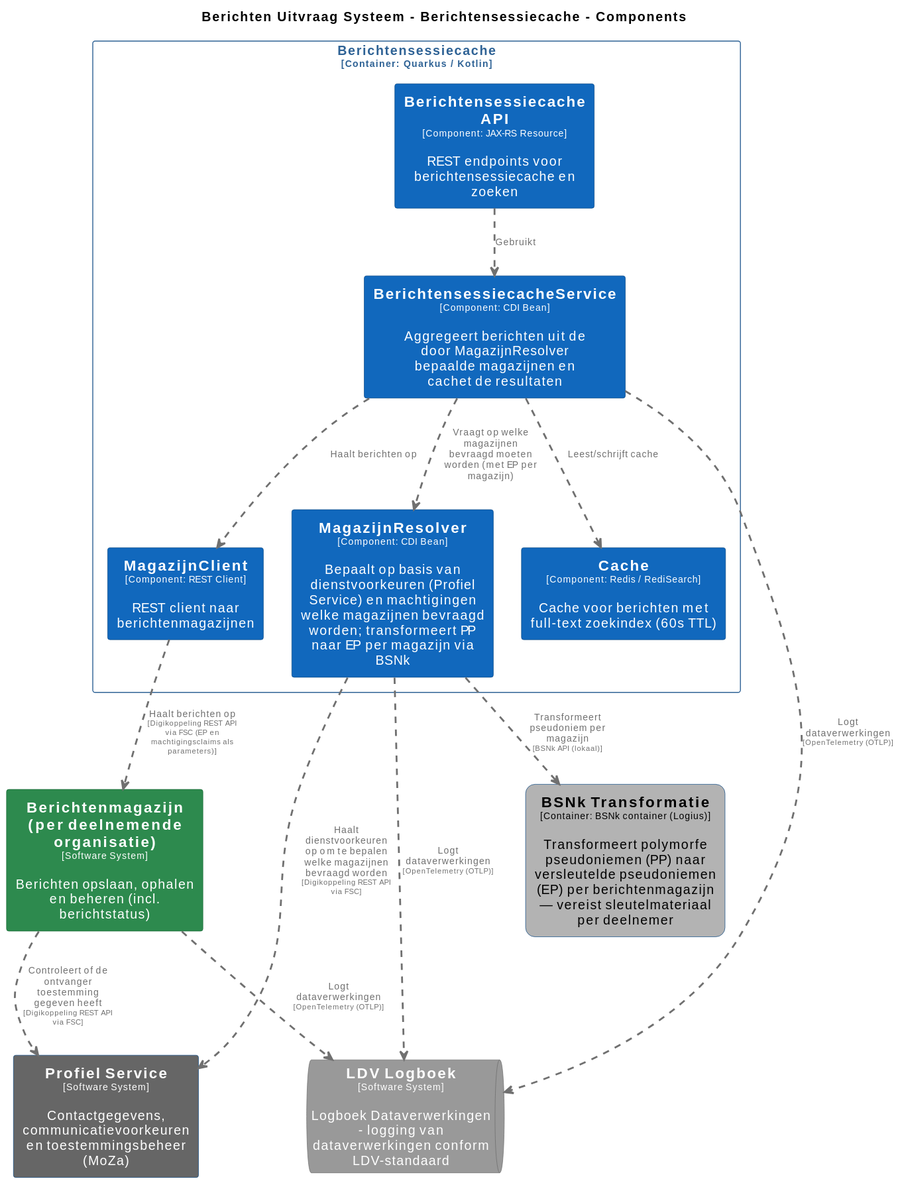
Earlier version of the PlantUML export pr-preview/pr-22/master/svg/BerichtensessiecacheComponenten.svg (MinBZK/moza-poc-fbs-berichtenbox). Its source is kept beside it as pr-preview/pr-22/master/puml/BerichtensessiecacheComponenten.puml.
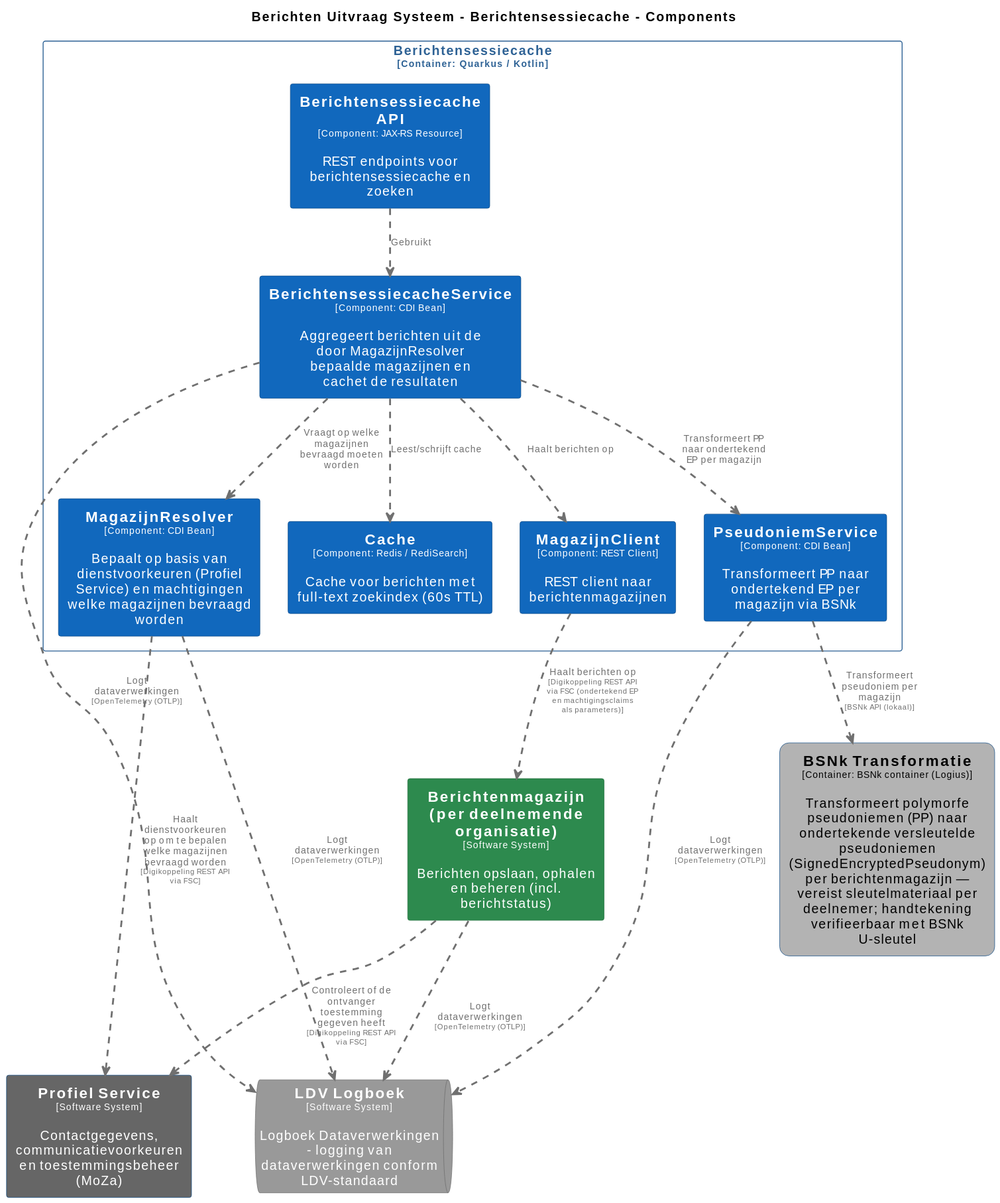
After the change.

Diff of the diagram source:
```diff
@@ -70,6 +70,12 @@
   BorderColor #0b4884
   shadowing false
 }
+skinparam rectangle<<BerichtenUitvraagSysteem.Berichtensessiecache.PseudoniemService>> {
+  BackgroundColor #1168bd
+  FontColor #ffffff
+  BorderColor #0b4884
+  shadowing false
+}
 skinparam rectangle<<BerichtenUitvraagSysteem.Berichtensessiecache>> {
   BorderColor #2e6295
   FontColor #2e6295
@@ -78,12 +84,13 @@
 
 rectangle "==Profiel Service\n<size:10>[Software System]</size>\n\nContactgegevens, communicatievoorkeuren en toestemmingsbeheer (MoZa)" <<ProfielService>> as ProfielService
 rectangle "==Berichtenmagazijn (per deelnemende organisatie)\n<size:10>[Software System]</size>\n\nBerichten opslaan, ophalen en beheren (incl. berichtstatus)" <<Berichtenmagazijnperdeelnemendeorganisatie>> as Berichtenmagazijnperdeelnemendeorganisatie
-rectangle "==BSNk Transformatie\n<size:10>[Container: BSNk container (Logius)]</size>\n\nTransformeert polymorfe pseudoniemen (PP) naar versleutelde pseudoniemen (EP) per berichtenmagazijn — vereist sleutelmateriaal per deelnemer" <<BerichtenUitvraagSysteem.BSNkTransformatie>> as BerichtenUitvraagSysteem.BSNkTransformatie
+rectangle "==BSNk Transformatie\n<size:10>[Container: BSNk container (Logius)]</size>\n\nTransformeert polymorfe pseudoniemen (PP) naar ondertekende versleutelde pseudoniemen (SignedEncryptedPseudonym) per berichtenmagazijn — vereist sleutelmateriaal per deelnemer; handtekening verifieerbaar met BSNk U-sleutel" <<BerichtenUitvraagSysteem.BSNkTransformatie>> as BerichtenUitvraagSysteem.BSNkTransformatie
 queue "==LDV Logboek\n<size:10>[Software System]</size>\n\nLogboek Dataverwerkingen - logging van dataverwerkingen conform LDV-standaard" <<LDVLogboek>> as LDVLogboek
 
 rectangle "Berichtensessiecache\n<size:10>[Container: Quarkus / Kotlin]</size>" <<BerichtenUitvraagSysteem.Berichtensessiecache>> {
   rectangle "==Berichtensessiecache API\n<size:10>[Component: JAX-RS Resource]</size>\n\nREST endpoints voor berichtensessiecache en zoeken" <<BerichtenUitvraagSysteem.Berichtensessiecache.BerichtensessiecacheAPI>> as BerichtenUitvraagSysteem.Berichtensessiecache.BerichtensessiecacheAPI
-  rectangle "==MagazijnResolver\n<size:10>[Component: CDI Bean]</size>\n\nBepaalt op basis van dienstvoorkeuren (Profiel Service) en machtigingen welke magazijnen bevraagd worden; transformeert PP naar EP per magazijn via BSNk" <<BerichtenUitvraagSysteem.Berichtensessiecache.MagazijnResolver>> as BerichtenUitvraagSysteem.Berichtensessiecache.MagazijnResolver
+  rectangle "==MagazijnResolver\n<size:10>[Component: CDI Bean]</size>\n\nBepaalt op basis van dienstvoorkeuren (Profiel Service) en machtigingen welke magazijnen bevraagd worden" <<BerichtenUitvraagSysteem.Berichtensessiecache.MagazijnResolver>> as BerichtenUitvraagSysteem.Berichtensessiecache.MagazijnResolver
+  rectangle "==PseudoniemService\n<size:10>[Component: CDI Bean]</size>\n\nTransformeert PP naar ondertekend EP per magazijn via BSNk" <<BerichtenUitvraagSysteem.Berichtensessiecache.PseudoniemService>> as BerichtenUitvraagSysteem.Berichtensessiecache.PseudoniemService
   rectangle "==BerichtensessiecacheService\n<size:10>[Component: CDI Bean]</size>\n\nAggregeert berichten uit de door MagazijnResolver bepaalde magazijnen en cachet de resultaten" <<BerichtenUitvraagSysteem.Berichtensessiecache.BerichtensessiecacheService>> as BerichtenUitvraagSysteem.Berichtensessiecache.BerichtensessiecacheService
   rectangle "==Cache\n<size:10>[Component: Redis / RediSearch]</size>\n\nCache voor berichten met full-text zoekindex (60s TTL)" <<BerichtenUitvraagSysteem.Berichtensessiecache.Cache>> as BerichtenUitvraagSysteem.Berichtensessiecache.Cache
   rectangle "==MagazijnClient\n<size:10>[Component: REST Client]</size>\n\nREST client naar berichtenmagazijnen" <<BerichtenUitvraagSysteem.Berichtensessiecache.MagazijnClient>> as BerichtenUitvraagSysteem.Berichtensessiecache.MagazijnClient
@@ -91,13 +98,15 @@
 
 Berichtenmagazijnperdeelnemendeorganisatie .[#707070,thickness=2].> ProfielService : "<color:#707070>Controleert of de ontvanger toestemming gegeven heeft\n<color:#707070><size:8>[Digikoppeling REST API via FSC]</size>"
 BerichtenUitvraagSysteem.Berichtensessiecache.MagazijnResolver .[#707070,thickness=2].> ProfielService : "<color:#707070>Haalt dienstvoorkeuren op om te bepalen welke magazijnen bevraagd worden\n<color:#707070><size:8>[Digikoppeling REST API via FSC]</size>"
-BerichtenUitvraagSysteem.Berichtensessiecache.MagazijnClient .[#707070,thickness=2].> Berichtenmagazijnperdeelnemendeorganisatie : "<color:#707070>Haalt berichten op\n<color:#707070><size:8>[Digikoppeling REST API via FSC (EP en machtigingsclaims als parameters)]</size>"
+BerichtenUitvraagSysteem.Berichtensessiecache.MagazijnClient .[#707070,thickness=2].> Berichtenmagazijnperdeelnemendeorganisatie : "<color:#707070>Haalt berichten op\n<color:#707070><size:8>[Digikoppeling REST API via FSC (ondertekend EP en machtigingsclaims als parameters)]</size>"
 Berichtenmagazijnperdeelnemendeorganisatie .[#707070,thickness=2].> LDVLogboek : "<color:#707070>Logt dataverwerkingen\n<color:#707070><size:8>[OpenTelemetry (OTLP)]</size>"
 BerichtenUitvraagSysteem.Berichtensessiecache.BerichtensessiecacheService .[#707070,thickness=2].> LDVLogboek : "<color:#707070>Logt dataverwerkingen\n<color:#707070><size:8>[OpenTelemetry (OTLP)]</size>"
 BerichtenUitvraagSysteem.Berichtensessiecache.MagazijnResolver .[#707070,thickness=2].> LDVLogboek : "<color:#707070>Logt dataverwerkingen\n<color:#707070><size:8>[OpenTelemetry (OTLP)]</size>"
+BerichtenUitvraagSysteem.Berichtensessiecache.PseudoniemService .[#707070,thickness=2].> LDVLogboek : "<color:#707070>Logt dataverwerkingen\n<color:#707070><size:8>[OpenTelemetry (OTLP)]</size>"
 BerichtenUitvraagSysteem.Berichtensessiecache.BerichtensessiecacheAPI .[#707070,thickness=2].> BerichtenUitvraagSysteem.Berichtensessiecache.BerichtensessiecacheService : "<color:#707070>Gebruikt"
-BerichtenUitvraagSysteem.Berichtensessiecache.BerichtensessiecacheService .[#707070,thickness=2].> BerichtenUitvraagSysteem.Berichtensessiecache.MagazijnResolver : "<color:#707070>Vraagt op welke magazijnen bevraagd moeten worden (met EP per magazijn)"
+BerichtenUitvraagSysteem.Berichtensessiecache.BerichtensessiecacheService .[#707070,thickness=2].> BerichtenUitvraagSysteem.Berichtensessiecache.MagazijnResolver : "<color:#707070>Vraagt op welke magazijnen bevraagd moeten worden"
+BerichtenUitvraagSysteem.Berichtensessiecache.BerichtensessiecacheService .[#707070,thickness=2].> BerichtenUitvraagSysteem.Berichtensessiecache.PseudoniemService : "<color:#707070>Transformeert PP naar ondertekend EP per magazijn"
 BerichtenUitvraagSysteem.Berichtensessiecache.BerichtensessiecacheService .[#707070,thickness=2].> BerichtenUitvraagSysteem.Berichtensessiecache.Cache : "<color:#707070>Leest/schrijft cache"
 BerichtenUitvraagSysteem.Berichtensessiecache.BerichtensessiecacheService .[#707070,thickness=2].> BerichtenUitvraagSysteem.Berichtensessiecache.MagazijnClient : "<color:#707070>Haalt berichten op"
-BerichtenUitvraagSysteem.Berichtensessiecache.MagazijnResolver .[#707070,thickness=2].> BerichtenUitvraagSysteem.BSNkTransformatie : "<color:#707070>Transformeert pseudoniem per magazijn\n<color:#707070><size:8>[BSNk API (lokaal)]</size>"
+BerichtenUitvraagSysteem.Berichtensessiecache.PseudoniemService .[#707070,thickness=2].> BerichtenUitvraagSysteem.BSNkTransformatie : "<color:#707070>Transformeert pseudoniem per magazijn\n<color:#707070><size:8>[BSNk API (lokaal)]</size>"
 @enduml
```
